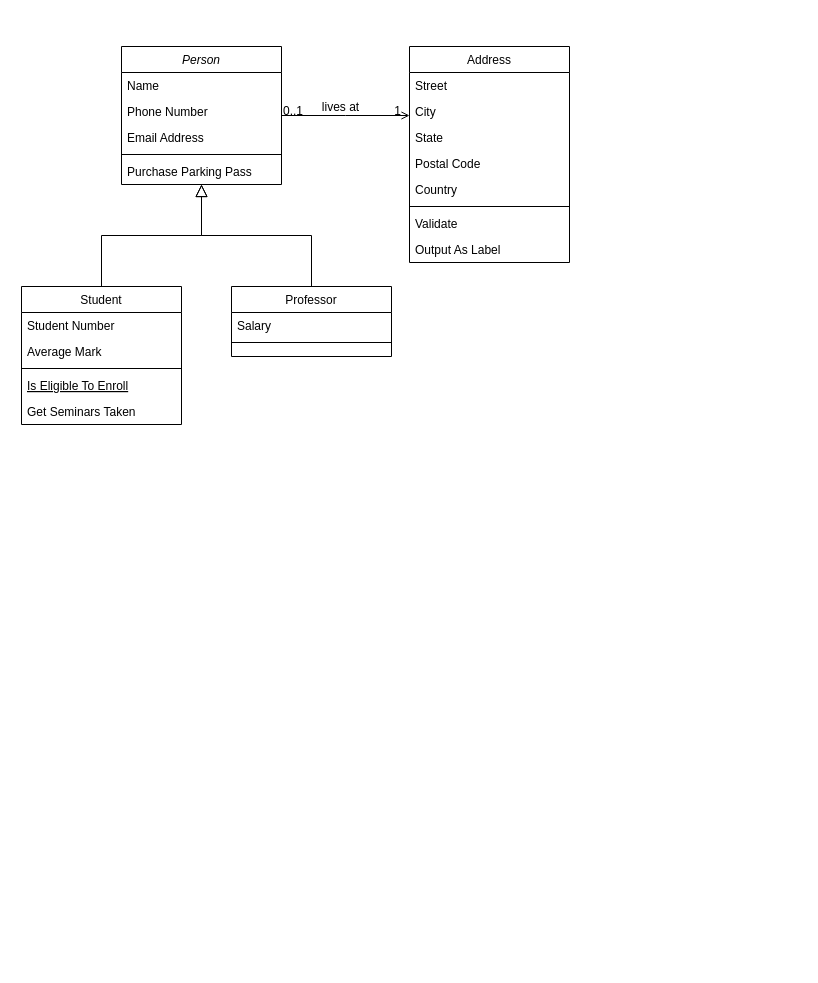
Above: Diagrama sin título.drawio in ryusaky/nttdata-bootcamp (draw.io), before the change. Source tidied: cells renumbered, new cells numbered last; positions are measured from the earlier drawing's top-left corner, leaving out a move shared by most shapes. Both pictures are drawn from the tidied source at 100%, with x=0, y=0 at pixel (21, 46).
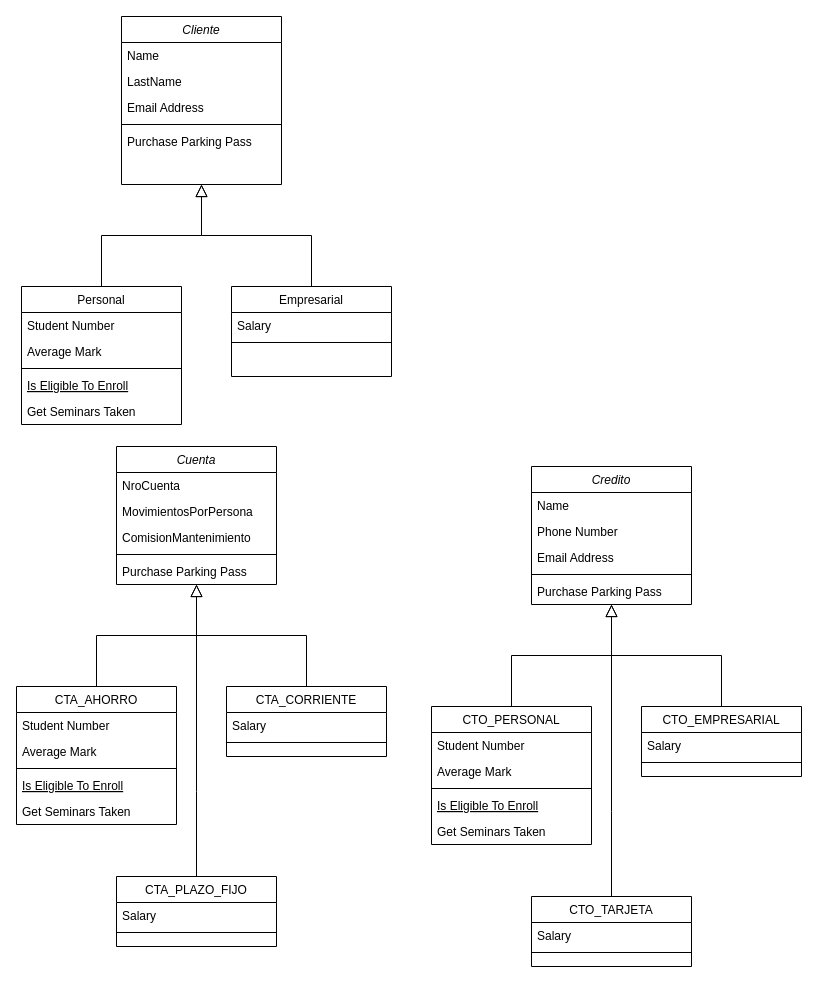
The same diagram, later.

The edit, as a diff of the source:
```diff
@@
-    <mxCell id="2" value="Person" style="swimlane;fontStyle=2;align=center;verticalAlign=top;horizontal=1;startSize=26;rounded=0;shadow=0;strokeWidth=1;" parent="1" vertex="1">
-      <mxGeometry x="100" width="160" height="138" as="geometry" />
+    <mxCell id="2" value="Cliente" style="swimlane;fontStyle=2;align=center;verticalAlign=top;horizontal=1;startSize=26;rounded=0;shadow=0;strokeWidth=1;" parent="1" vertex="1">
+      <mxGeometry x="100" y="-30" width="160" height="168" as="geometry" />
     </mxCell>
@@
-    <mxCell id="4" value="Phone Number" style="text;align=left;verticalAlign=top;spacingLeft=4;spacingRight=4;overflow=hidden;rounded=0;shadow=0;html=0;" parent="2" vertex="1">
+    <mxCell id="4" value="LastName" style="text;align=left;verticalAlign=top;spacingLeft=4;spacingRight=4;overflow=hidden;rounded=0;shadow=0;html=0;" parent="2" vertex="1">
       <mxGeometry y="52" width="160" height="26" as="geometry" />
     </mxCell>
@@
-    <mxCell id="8" value="Student" style="swimlane;fontStyle=0;align=center;verticalAlign=top;horizontal=1;startSize=26;rounded=0;shadow=0;strokeWidth=1;" parent="1" vertex="1">
+    <mxCell id="8" value="Personal" style="swimlane;fontStyle=0;align=center;verticalAlign=top;horizontal=1;startSize=26;rounded=0;shadow=0;strokeWidth=1;" parent="1" vertex="1">
       <mxGeometry y="240" width="160" height="138" as="geometry" />
     </mxCell>
@@
-    <mxCell id="15" value="Professor" style="swimlane;fontStyle=0;align=center;verticalAlign=top;horizontal=1;startSize=26;rounded=0;shadow=0;strokeWidth=1;" parent="1" vertex="1">
-      <mxGeometry x="210" y="240" width="160" height="70" as="geometry" />
+    <mxCell id="15" value="Empresarial" style="swimlane;fontStyle=0;align=center;verticalAlign=top;horizontal=1;startSize=26;rounded=0;shadow=0;strokeWidth=1;" parent="1" vertex="1">
+      <mxGeometry x="210" y="240" width="160" height="90" as="geometry" />
     </mxCell>
@@
-    <mxCell id="19" value="Address" style="swimlane;fontStyle=0;align=center;verticalAlign=top;horizontal=1;startSize=26;rounded=0;shadow=0;strokeWidth=1;" parent="1" vertex="1">
-      <mxGeometry x="388" width="160" height="216" as="geometry" />
-    </mxCell>
-    <mxCell id="20" value="Street" style="text;align=left;verticalAlign=top;spacingLeft=4;spacingRight=4;overflow=hidden;" parent="19" vertex="1">
-      <mxGeometry y="26" width="160" height="26" as="geometry" />
-    </mxCell>
-    <mxCell id="21" value="City" style="text;align=left;verticalAlign=top;spacingLeft=4;spacingRight=4;overflow=hidden;rounded=0;shadow=0;html=0;" parent="19" vertex="1">
-      <mxGeometry y="52" width="160" height="26" as="geometry" />
-    </mxCell>
-    <mxCell id="22" value="State" style="text;align=left;verticalAlign=top;spacingLeft=4;spacingRight=4;overflow=hidden;rounded=0;shadow=0;html=0;" parent="19" vertex="1">
-      <mxGeometry y="78" width="160" height="26" as="geometry" />
-    </mxCell>
-    <mxCell id="23" value="Postal Code" style="text;align=left;verticalAlign=top;spacingLeft=4;spacingRight=4;overflow=hidden;rounded=0;shadow=0;html=0;" parent="19" vertex="1">
-      <mxGeometry y="104" width="160" height="26" as="geometry" />
-    </mxCell>
-    <mxCell id="24" value="Country" style="text;align=left;verticalAlign=top;spacingLeft=4;spacingRight=4;overflow=hidden;rounded=0;shadow=0;html=0;" parent="19" vertex="1">
-      <mxGeometry y="130" width="160" height="26" as="geometry" />
-    </mxCell>
-    <mxCell id="25" style="line;html=1;strokeWidth=1;align=left;verticalAlign=middle;spacingTop=-1;spacingLeft=3;spacingRight=3;labelPosition=right;" parent="19" vertex="1">
-      <mxGeometry y="156" width="160" height="8" as="geometry" />
-    </mxCell>
-    <mxCell id="26" value="Validate" style="text;align=left;verticalAlign=top;spacingLeft=4;spacingRight=4;overflow=hidden;" parent="19" vertex="1">
-      <mxGeometry y="164" width="160" height="26" as="geometry" />
-    </mxCell>
-    <mxCell id="27" value="Output As Label" style="text;align=left;verticalAlign=top;spacingLeft=4;spacingRight=4;overflow=hidden;" parent="19" vertex="1">
-      <mxGeometry y="190" width="160" height="26" as="geometry" />
-    </mxCell>
-    <mxCell id="28" style="endArrow=open;shadow=0;strokeWidth=1;rounded=0;endFill=1;edgeStyle=elbowEdgeStyle;elbow=vertical;" parent="1" edge="1" source="2" target="19">
-      <mxGeometry x="0.5" y="41" relative="1" as="geometry">
-        <mxPoint x="-40" y="32" as="offset" />
-      </mxGeometry>
-    </mxCell>
-    <mxCell id="29" value="0..1" style="align=left;verticalAlign=bottom;labelBackgroundColor=none;fontSize=12;" parent="28" vertex="1">
-      <mxGeometry x="-1" relative="1" as="geometry">
-        <mxPoint y="4" as="offset" />
-      </mxGeometry>
-    </mxCell>
-    <mxCell id="30" value="1" style="align=right;verticalAlign=bottom;labelBackgroundColor=none;fontSize=12;" parent="28" vertex="1">
-      <mxGeometry x="1" relative="1" as="geometry">
-        <mxPoint x="-7" y="4" as="offset" />
-      </mxGeometry>
-    </mxCell>
-    <mxCell id="31" value="lives at" style="text;html=1;align=center;verticalAlign=middle;labelBackgroundColor=none;rounded=0;shadow=0;strokeWidth=1;fontSize=12;" parent="28" vertex="1">
-      <mxGeometry x="0.5" y="49" relative="1" as="geometry">
-        <mxPoint x="-38" y="40" as="offset" />
-      </mxGeometry>
-    </mxCell>
+    <mxCell id="32" value="Cuenta" style="swimlane;fontStyle=2;align=center;verticalAlign=top;horizontal=1;startSize=26;rounded=0;shadow=0;strokeWidth=1;" parent="1" vertex="1">
+      <mxGeometry x="95" y="400" width="160" height="138" as="geometry" />
+    </mxCell>
+    <mxCell id="33" value="NroCuenta" style="text;align=left;verticalAlign=top;spacingLeft=4;spacingRight=4;overflow=hidden;" parent="32" vertex="1">
+      <mxGeometry y="26" width="160" height="26" as="geometry" />
+    </mxCell>
+    <mxCell id="34" value="MovimientosPorPersona" style="text;align=left;verticalAlign=top;spacingLeft=4;spacingRight=4;overflow=hidden;rounded=0;shadow=0;html=0;" parent="32" vertex="1">
+      <mxGeometry y="52" width="160" height="26" as="geometry" />
+    </mxCell>
+    <mxCell id="35" value="ComisionMantenimiento" style="text;align=left;verticalAlign=top;spacingLeft=4;spacingRight=4;overflow=hidden;rounded=0;shadow=0;html=0;" parent="32" vertex="1">
+      <mxGeometry y="78" width="160" height="26" as="geometry" />
+    </mxCell>
+    <mxCell id="36" style="line;html=1;strokeWidth=1;align=left;verticalAlign=middle;spacingTop=-1;spacingLeft=3;spacingRight=3;labelPosition=right;" parent="32" vertex="1">
+      <mxGeometry y="104" width="160" height="8" as="geometry" />
+    </mxCell>
+    <mxCell id="37" value="Purchase Parking Pass" style="text;align=left;verticalAlign=top;spacingLeft=4;spacingRight=4;overflow=hidden;" parent="32" vertex="1">
+      <mxGeometry y="112" width="160" height="26" as="geometry" />
+    </mxCell>
+    <mxCell id="38" value="CTA_AHORRO" style="swimlane;fontStyle=0;align=center;verticalAlign=top;horizontal=1;startSize=26;rounded=0;shadow=0;strokeWidth=1;" parent="1" vertex="1">
+      <mxGeometry x="-5" y="640" width="160" height="138" as="geometry" />
+    </mxCell>
+    <mxCell id="39" value="Student Number" style="text;align=left;verticalAlign=top;spacingLeft=4;spacingRight=4;overflow=hidden;" parent="38" vertex="1">
+      <mxGeometry y="26" width="160" height="26" as="geometry" />
+    </mxCell>
+    <mxCell id="40" value="Average Mark" style="text;align=left;verticalAlign=top;spacingLeft=4;spacingRight=4;overflow=hidden;rounded=0;shadow=0;html=0;" parent="38" vertex="1">
+      <mxGeometry y="52" width="160" height="26" as="geometry" />
+    </mxCell>
+    <mxCell id="41" style="line;html=1;strokeWidth=1;align=left;verticalAlign=middle;spacingTop=-1;spacingLeft=3;spacingRight=3;labelPosition=right;" parent="38" vertex="1">
+      <mxGeometry y="78" width="160" height="8" as="geometry" />
+    </mxCell>
+    <mxCell id="42" value="Is Eligible To Enroll" style="text;align=left;verticalAlign=top;spacingLeft=4;spacingRight=4;overflow=hidden;fontStyle=4;" parent="38" vertex="1">
+      <mxGeometry y="86" width="160" height="26" as="geometry" />
+    </mxCell>
+    <mxCell id="43" value="Get Seminars Taken" style="text;align=left;verticalAlign=top;spacingLeft=4;spacingRight=4;overflow=hidden;" parent="38" vertex="1">
+      <mxGeometry y="112" width="160" height="26" as="geometry" />
+    </mxCell>
+    <mxCell id="44" value="CTA_CORRIENTE" style="swimlane;fontStyle=0;align=center;verticalAlign=top;horizontal=1;startSize=26;rounded=0;shadow=0;strokeWidth=1;" parent="1" vertex="1">
+      <mxGeometry x="205" y="640" width="160" height="70" as="geometry" />
+    </mxCell>
+    <mxCell id="45" value="Salary" style="text;align=left;verticalAlign=top;spacingLeft=4;spacingRight=4;overflow=hidden;" parent="44" vertex="1">
+      <mxGeometry y="26" width="160" height="26" as="geometry" />
+    </mxCell>
+    <mxCell id="46" style="line;html=1;strokeWidth=1;align=left;verticalAlign=middle;spacingTop=-1;spacingLeft=3;spacingRight=3;labelPosition=right;" parent="44" vertex="1">
+      <mxGeometry y="52" width="160" height="8" as="geometry" />
+    </mxCell>
+    <mxCell id="47" value="CTA_PLAZO_FIJO" style="swimlane;fontStyle=0;align=center;verticalAlign=top;horizontal=1;startSize=26;rounded=0;shadow=0;strokeWidth=1;" parent="1" vertex="1">
+      <mxGeometry x="95" y="830" width="160" height="70" as="geometry" />
+    </mxCell>
+    <mxCell id="48" value="Salary" style="text;align=left;verticalAlign=top;spacingLeft=4;spacingRight=4;overflow=hidden;" parent="47" vertex="1">
+      <mxGeometry y="26" width="160" height="26" as="geometry" />
+    </mxCell>
+    <mxCell id="49" style="line;html=1;strokeWidth=1;align=left;verticalAlign=middle;spacingTop=-1;spacingLeft=3;spacingRight=3;labelPosition=right;" parent="47" vertex="1">
+      <mxGeometry y="52" width="160" height="8" as="geometry" />
+    </mxCell>
+    <mxCell id="50" value="Credito" style="swimlane;fontStyle=2;align=center;verticalAlign=top;horizontal=1;startSize=26;rounded=0;shadow=0;strokeWidth=1;" parent="1" vertex="1">
+      <mxGeometry x="510" y="420" width="160" height="138" as="geometry" />
+    </mxCell>
+    <mxCell id="51" value="Name" style="text;align=left;verticalAlign=top;spacingLeft=4;spacingRight=4;overflow=hidden;" parent="50" vertex="1">
+      <mxGeometry y="26" width="160" height="26" as="geometry" />
+    </mxCell>
+    <mxCell id="52" value="Phone Number" style="text;align=left;verticalAlign=top;spacingLeft=4;spacingRight=4;overflow=hidden;rounded=0;shadow=0;html=0;" parent="50" vertex="1">
+      <mxGeometry y="52" width="160" height="26" as="geometry" />
+    </mxCell>
+    <mxCell id="53" value="Email Address" style="text;align=left;verticalAlign=top;spacingLeft=4;spacingRight=4;overflow=hidden;rounded=0;shadow=0;html=0;" parent="50" vertex="1">
+      <mxGeometry y="78" width="160" height="26" as="geometry" />
+    </mxCell>
+    <mxCell id="54" style="line;html=1;strokeWidth=1;align=left;verticalAlign=middle;spacingTop=-1;spacingLeft=3;spacingRight=3;labelPosition=right;" parent="50" vertex="1">
+      <mxGeometry y="104" width="160" height="8" as="geometry" />
+    </mxCell>
+    <mxCell id="55" value="Purchase Parking Pass" style="text;align=left;verticalAlign=top;spacingLeft=4;spacingRight=4;overflow=hidden;" parent="50" vertex="1">
+      <mxGeometry y="112" width="160" height="26" as="geometry" />
+    </mxCell>
+    <mxCell id="56" value="CTO_PERSONAL" style="swimlane;fontStyle=0;align=center;verticalAlign=top;horizontal=1;startSize=26;rounded=0;shadow=0;strokeWidth=1;" parent="1" vertex="1">
+      <mxGeometry x="410" y="660" width="160" height="138" as="geometry" />
+    </mxCell>
+    <mxCell id="57" value="Student Number" style="text;align=left;verticalAlign=top;spacingLeft=4;spacingRight=4;overflow=hidden;" parent="56" vertex="1">
+      <mxGeometry y="26" width="160" height="26" as="geometry" />
+    </mxCell>
+    <mxCell id="58" value="Average Mark" style="text;align=left;verticalAlign=top;spacingLeft=4;spacingRight=4;overflow=hidden;rounded=0;shadow=0;html=0;" parent="56" vertex="1">
+      <mxGeometry y="52" width="160" height="26" as="geometry" />
+    </mxCell>
+    <mxCell id="59" style="line;html=1;strokeWidth=1;align=left;verticalAlign=middle;spacingTop=-1;spacingLeft=3;spacingRight=3;labelPosition=right;" parent="56" vertex="1">
+      <mxGeometry y="78" width="160" height="8" as="geometry" />
+    </mxCell>
+    <mxCell id="60" value="Is Eligible To Enroll" style="text;align=left;verticalAlign=top;spacingLeft=4;spacingRight=4;overflow=hidden;fontStyle=4;" parent="56" vertex="1">
+      <mxGeometry y="86" width="160" height="26" as="geometry" />
+    </mxCell>
+    <mxCell id="61" value="Get Seminars Taken" style="text;align=left;verticalAlign=top;spacingLeft=4;spacingRight=4;overflow=hidden;" parent="56" vertex="1">
+      <mxGeometry y="112" width="160" height="26" as="geometry" />
+    </mxCell>
+    <mxCell id="62" value="CTO_EMPRESARIAL" style="swimlane;fontStyle=0;align=center;verticalAlign=top;horizontal=1;startSize=26;rounded=0;shadow=0;strokeWidth=1;" parent="1" vertex="1">
+      <mxGeometry x="620" y="660" width="160" height="70" as="geometry" />
+    </mxCell>
+    <mxCell id="63" value="Salary" style="text;align=left;verticalAlign=top;spacingLeft=4;spacingRight=4;overflow=hidden;" parent="62" vertex="1">
+      <mxGeometry y="26" width="160" height="26" as="geometry" />
+    </mxCell>
+    <mxCell id="64" style="line;html=1;strokeWidth=1;align=left;verticalAlign=middle;spacingTop=-1;spacingLeft=3;spacingRight=3;labelPosition=right;" parent="62" vertex="1">
+      <mxGeometry y="52" width="160" height="8" as="geometry" />
+    </mxCell>
+    <mxCell id="65" value="CTO_TARJETA" style="swimlane;fontStyle=0;align=center;verticalAlign=top;horizontal=1;startSize=26;rounded=0;shadow=0;strokeWidth=1;" parent="1" vertex="1">
+      <mxGeometry x="510" y="850" width="160" height="70" as="geometry" />
+    </mxCell>
+    <mxCell id="66" value="Salary" style="text;align=left;verticalAlign=top;spacingLeft=4;spacingRight=4;overflow=hidden;" parent="65" vertex="1">
+      <mxGeometry y="26" width="160" height="26" as="geometry" />
+    </mxCell>
+    <mxCell id="67" style="line;html=1;strokeWidth=1;align=left;verticalAlign=middle;spacingTop=-1;spacingLeft=3;spacingRight=3;labelPosition=right;" parent="65" vertex="1">
+      <mxGeometry y="52" width="160" height="8" as="geometry" />
+    </mxCell>
+    <mxCell id="68" style="group;" parent="1" vertex="1">
+      <mxGeometry x="175" y="745" as="geometry" />
+    </mxCell>
+    <mxCell id="69" style="endArrow=block;endSize=10;endFill=0;shadow=0;strokeWidth=1;rounded=0;edgeStyle=elbowEdgeStyle;elbow=vertical;" parent="68" edge="1" source="38" target="32">
+      <mxGeometry relative="1" as="geometry" />
+    </mxCell>
+    <mxCell id="70" style="endArrow=block;endSize=10;endFill=0;shadow=0;strokeWidth=1;rounded=0;edgeStyle=elbowEdgeStyle;elbow=vertical;" parent="68" edge="1" source="44" target="32">
+      <mxGeometry relative="1" as="geometry" />
+    </mxCell>
+    <mxCell id="71" style="endArrow=none;html=1;rounded=0;" parent="68" edge="1">
+      <mxGeometry relative="1" as="geometry">
+        <mxPoint y="85" as="sourcePoint" />
+        <mxPoint y="-160" as="targetPoint" />
+        <Array as="points">
+          <mxPoint />
+        </Array>
+      </mxGeometry>
+    </mxCell>
+    <mxCell id="72" style="group;" parent="1" vertex="1">
+      <mxGeometry x="590" y="765" as="geometry" />
+    </mxCell>
+    <mxCell id="73" style="endArrow=block;endSize=10;endFill=0;shadow=0;strokeWidth=1;rounded=0;edgeStyle=elbowEdgeStyle;elbow=vertical;" parent="72" edge="1" source="56" target="50">
+      <mxGeometry relative="1" as="geometry" />
+    </mxCell>
+    <mxCell id="74" style="endArrow=block;endSize=10;endFill=0;shadow=0;strokeWidth=1;rounded=0;edgeStyle=elbowEdgeStyle;elbow=vertical;" parent="72" edge="1" source="62" target="50">
+      <mxGeometry relative="1" as="geometry" />
+    </mxCell>
+    <mxCell id="75" style="endArrow=none;html=1;rounded=0;" parent="72" edge="1">
+      <mxGeometry relative="1" as="geometry">
+        <mxPoint y="85" as="sourcePoint" />
+        <mxPoint y="-160" as="targetPoint" />
+        <Array as="points">
+          <mxPoint />
+        </Array>
+      </mxGeometry>
+    </mxCell>
```
